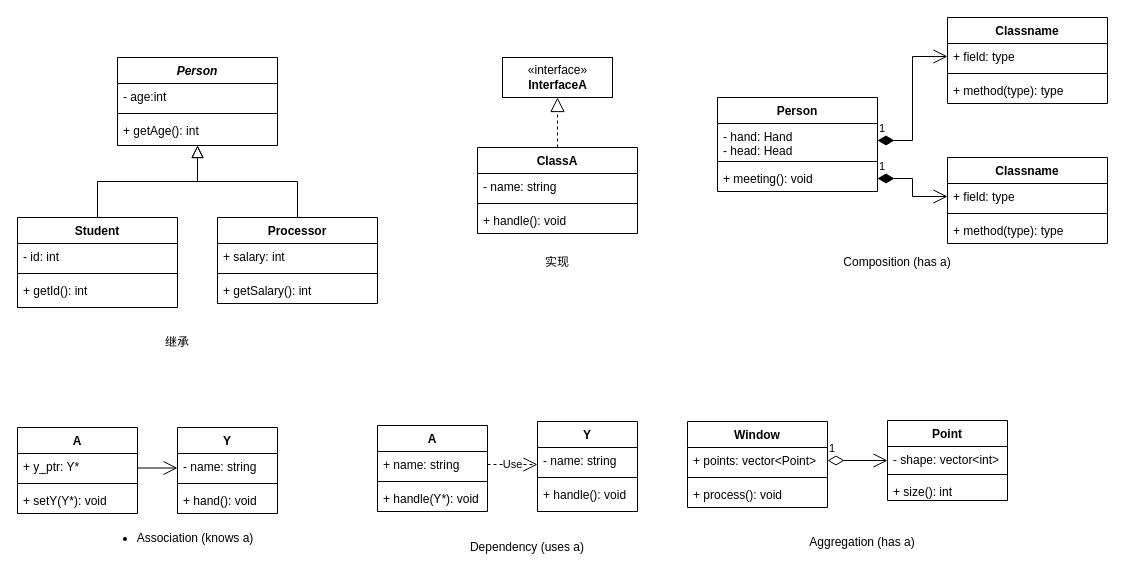
The draw.io diagram docs/drawio/uml.drawio in zhangjun/my_notes, before the edit. Source tidied: cells renumbered, new cells numbered last; positions are measured from the earlier drawing's top-left corner, leaving out a move shared by most shapes. Both pictures are drawn from the tidied source at 100%, with x=0, y=0 at pixel (17, 17).
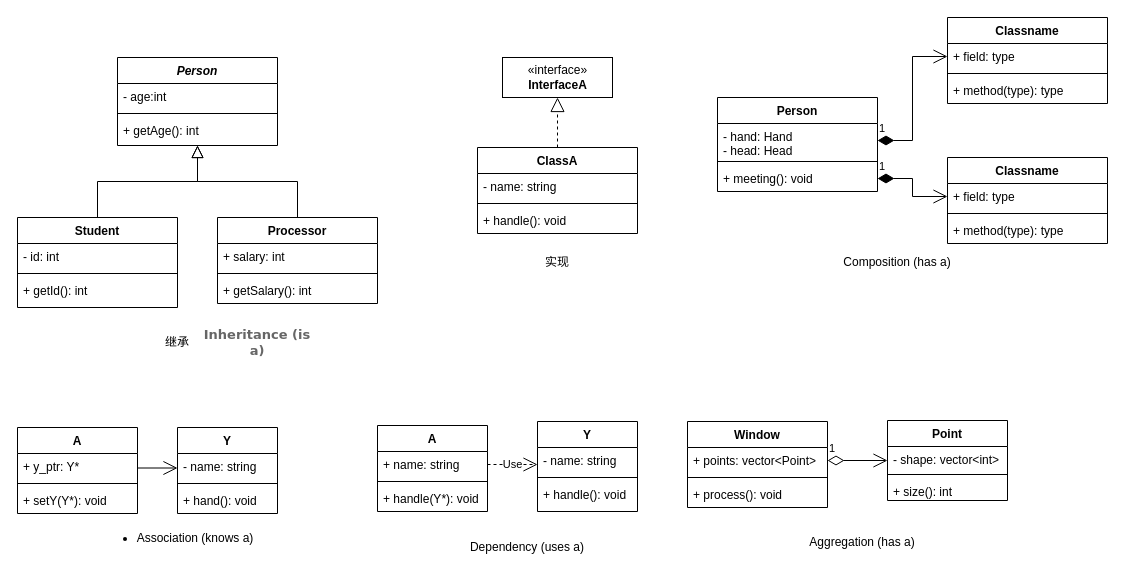
The same diagram, later.

Change to the diagram source:
```diff
@@
+    <mxCell id="69" value="&lt;span style=&quot;color: rgb(102, 102, 102); font-family: Muli, &amp;quot;Lucida Sans Unicode&amp;quot;, &amp;quot;Lucida Grande&amp;quot;, Verdana, Tahoma, Arial, sans-serif; font-size: 13px; text-align: left; background-color: rgb(255, 255, 255);&quot;&gt;&lt;b&gt;Inheritance (is a)&lt;/b&gt;&lt;/span&gt;" style="text;html=1;strokeColor=none;fillColor=none;align=center;verticalAlign=middle;whiteSpace=wrap;rounded=0;" parent="1" vertex="1">
+      <mxGeometry x="180" y="310" width="120" height="30" as="geometry" />
+    </mxCell>
```
